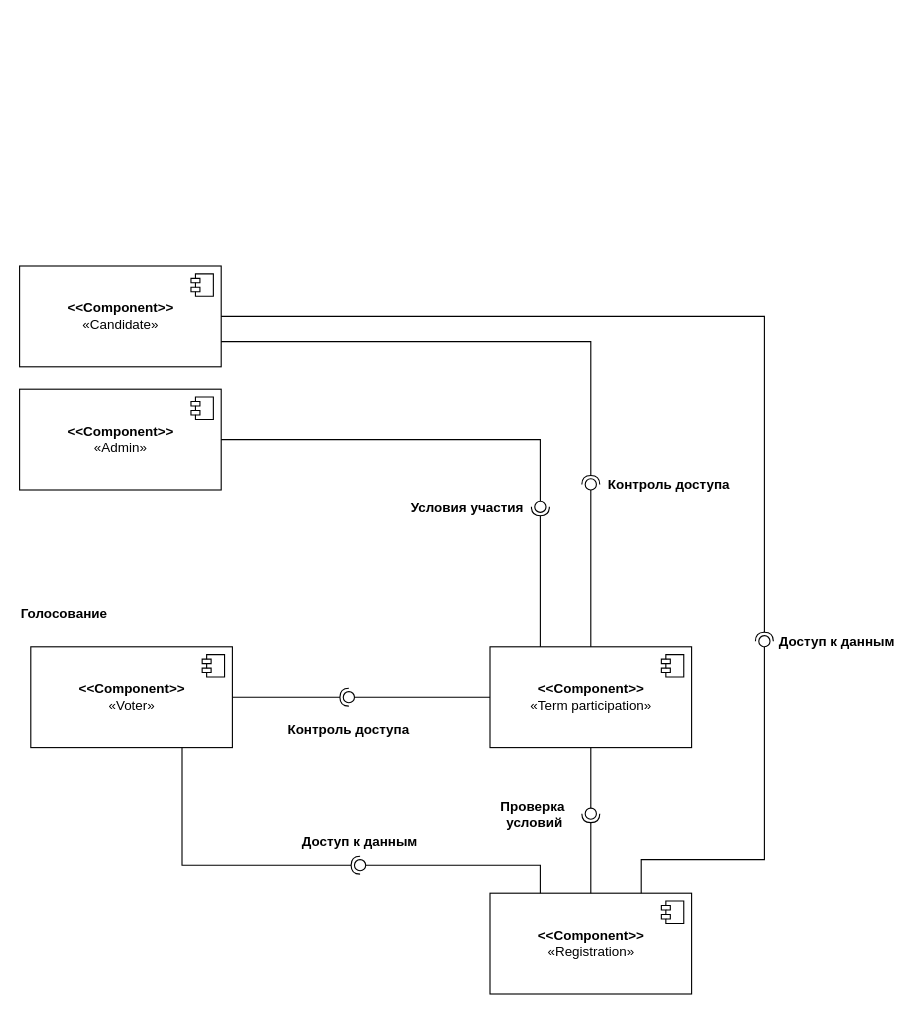
aleksey899/Inter.MixAN keeps this draw.io diagram as Untitled Diagram.drawio. Above is the earlier version. Source tidied: cells renumbered, new cells numbered last; positions are measured from the earlier drawing's top-left corner, leaving out a move shared by most shapes. Both pictures are drawn from the tidied source at 112%, with x=0, y=0 at pixel (19, 265).
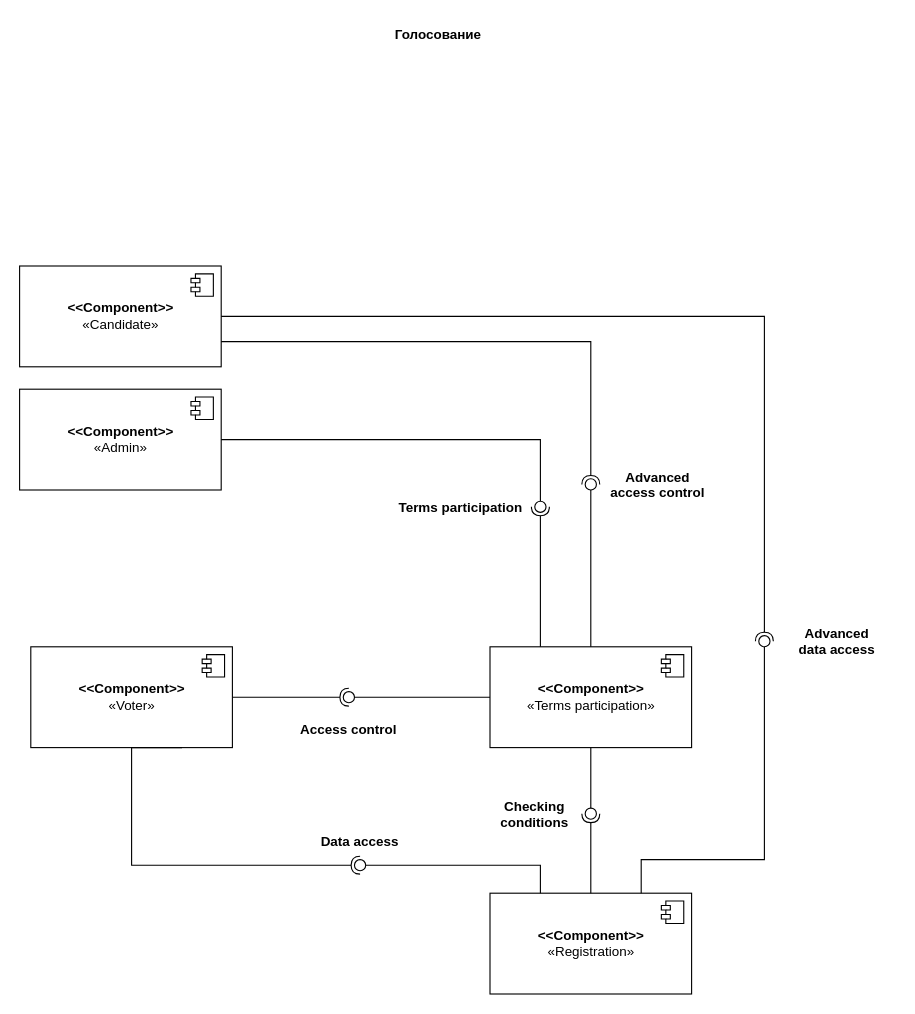
After the change.

Unchanged cells that the change refers to:
```xml
<mxCell id="8" value="&lt;b&gt;&amp;lt;&amp;lt;Component&amp;gt;&amp;gt;&lt;/b&gt;&lt;br&gt;«Voter»" style="html=1;" parent="1" vertex="1">
  <mxGeometry x="10" y="340" width="180" height="90" as="geometry" />
</mxCell>
<mxCell id="32" style="ellipse;whiteSpace=wrap;html=1;align=center;points=[];outlineConnect=0;sketch=0;" parent="1" vertex="1">
  <mxGeometry x="299" y="530" width="10" height="10" as="geometry" />
</mxCell>
```

Diff of the diagram source:
```diff
@@
-    <mxCell id="2" value="&lt;b&gt;&amp;lt;&amp;lt;Component&amp;gt;&amp;gt;&lt;/b&gt;&lt;br&gt;«Term participation»" style="html=1;" parent="1" vertex="1">
+    <mxCell id="2" value="&lt;b&gt;&amp;lt;&amp;lt;Component&amp;gt;&amp;gt;&lt;/b&gt;&lt;br&gt;«Terms participation»" style="html=1;" parent="1" vertex="1">
       <mxGeometry x="420" y="340" width="180" height="90" as="geometry" />
     </mxCell>
@@
-    <mxCell id="18" value="Контроль доступа" style="text;align=center;fontStyle=1;verticalAlign=middle;spacingLeft=3;spacingRight=3;strokeColor=none;" parent="1" vertex="1">
-      <mxGeometry x="540" y="182" width="80" height="26" as="geometry" />
+    <mxCell id="18" value="Advanced &#10;access control" style="text;align=center;fontStyle=1;verticalAlign=middle;spacingLeft=3;spacingRight=3;strokeColor=none;" parent="1" vertex="1">
+      <mxGeometry x="530" y="182" width="80" height="26" as="geometry" />
     </mxCell>
-    <mxCell id="19" value="Контроль доступа" style="text;align=center;fontStyle=1;verticalAlign=middle;spacingLeft=3;spacingRight=3;strokeColor=none;" parent="1" vertex="1">
+    <mxCell id="19" value="Access control" style="text;align=center;fontStyle=1;verticalAlign=middle;spacingLeft=3;spacingRight=3;strokeColor=none;" parent="1" vertex="1">
       <mxGeometry x="254" y="400" width="80" height="26" as="geometry" />
     </mxCell>
@@
-    <mxCell id="23" value="Условия участия" style="text;align=center;fontStyle=1;verticalAlign=middle;spacingLeft=3;spacingRight=3;strokeColor=none;" parent="1" vertex="1">
-      <mxGeometry x="360" y="202" width="80" height="26" as="geometry" />
+    <mxCell id="23" value="Terms participation" style="text;align=center;fontStyle=1;verticalAlign=middle;spacingLeft=3;spacingRight=3;strokeColor=none;" parent="1" vertex="1">
+      <mxGeometry x="354" y="202" width="80" height="26" as="geometry" />
     </mxCell>
-    <mxCell id="24" value="Доступ к данным" style="text;align=center;fontStyle=1;verticalAlign=middle;spacingLeft=3;spacingRight=3;strokeColor=none;" parent="1" vertex="1">
+    <mxCell id="24" value="Advanced&#10;data access" style="text;align=center;fontStyle=1;verticalAlign=middle;spacingLeft=3;spacingRight=3;strokeColor=none;" parent="1" vertex="1">
       <mxGeometry x="690" y="322" width="80" height="26" as="geometry" />
     </mxCell>
     <mxCell id="25" value="Голосование" style="text;align=center;fontStyle=1;verticalAlign=middle;spacingLeft=3;spacingRight=3;strokeColor=none;" parent="1" vertex="1">
-      <mxGeometry y="297" width="80" height="26" as="geometry" />
+      <mxGeometry x="334" y="-220" width="80" height="26" as="geometry" />
     </mxCell>
-    <mxCell id="26" value="Доступ к данным" style="text;align=center;fontStyle=1;verticalAlign=middle;spacingLeft=3;spacingRight=3;strokeColor=none;" parent="1" vertex="1">
+    <mxCell id="26" value="Data access" style="text;align=center;fontStyle=1;verticalAlign=middle;spacingLeft=3;spacingRight=3;strokeColor=none;" parent="1" vertex="1">
       <mxGeometry x="264" y="500" width="80" height="26" as="geometry" />
     </mxCell>
@@
     <mxCell id="31" style="rounded=0;jettySize=auto;html=1;endArrow=halfCircle;endFill=0;entryX=0.5;entryY=0.5;endSize=6;strokeWidth=1;sketch=0;exitX=0.75;exitY=1;exitDx=0;exitDy=0;edgeStyle=orthogonalEdgeStyle;" parent="1" edge="1" source="8" target="32">
       <mxGeometry relative="1" as="geometry">
         <Array as="points">
-          <mxPoint x="145" y="535" />
+          <mxPoint x="100" y="430" />
+          <mxPoint x="100" y="535" />
         </Array>
       </mxGeometry>
     </mxCell>
@@
-    <mxCell id="36" value="Проверка &#10;условий" style="text;align=center;fontStyle=1;verticalAlign=middle;spacingLeft=3;spacingRight=3;strokeColor=none;" parent="1" vertex="1">
+    <mxCell id="36" value="Checking&#10;conditions" style="text;align=center;fontStyle=1;verticalAlign=middle;spacingLeft=3;spacingRight=3;strokeColor=none;" parent="1" vertex="1">
       <mxGeometry x="420" y="476" width="80" height="26" as="geometry" />
     </mxCell>
```
